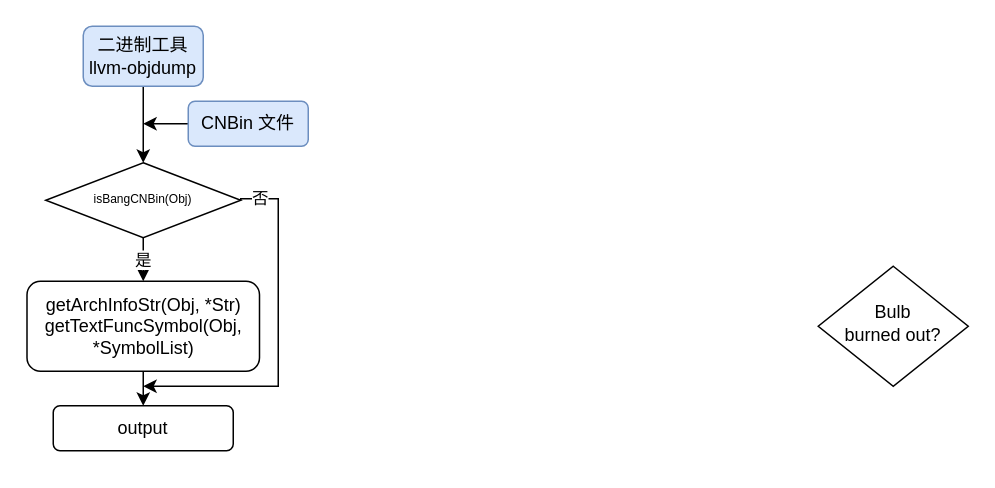
Above: list-elf.drawio in liyp1120/draw.io (draw.io), before the change. Source tidied: cells renumbered, new cells numbered last; positions are measured from the earlier drawing's top-left corner, leaving out a move shared by most shapes. Both pictures are drawn from the tidied source at 150%, with x=0, y=0 at pixel (26, 26).
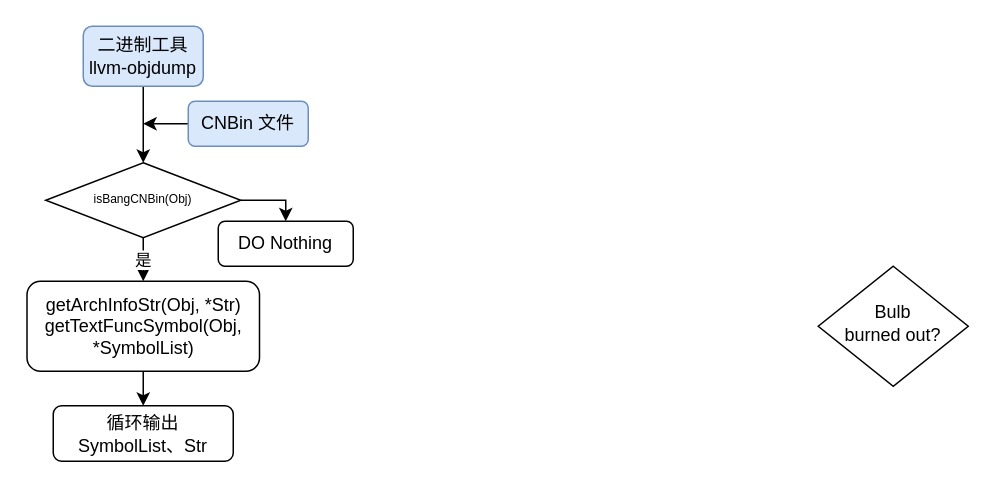
The same diagram, later.

Change to the diagram source:
```diff
@@
 <mxGraphModel>
   <root>
     <mxCell id="0" />
     <mxCell id="1" parent="0" />
     <mxCell id="2" style="edgeStyle=orthogonalEdgeStyle;rounded=0;jettySize=auto;html=1;exitX=0.5;exitY=1;exitDx=0;exitDy=0;entryX=0.5;entryY=0;entryDx=0;entryDy=0;" parent="1" edge="1" source="3" target="6">
       <mxGeometry relative="1" as="geometry" />
     </mxCell>
     <mxCell id="3" value="二进制工具&lt;br&gt;llvm-objdump" style="rounded=1;whiteSpace=wrap;html=1;fontSize=12;glass=0;strokeWidth=1;shadow=0;fillColor=#dae8fc;strokeColor=#6c8ebf;" parent="1" vertex="1">
       <mxGeometry x="38" width="80" height="40" as="geometry" />
     </mxCell>
     <mxCell id="4" value="是" style="edgeStyle=orthogonalEdgeStyle;rounded=0;jettySize=auto;html=1;exitX=0.5;exitY=1;exitDx=0;exitDy=0;entryX=0.5;entryY=0;entryDx=0;entryDy=0;" parent="1" edge="1" source="6" target="10">
       <mxGeometry relative="1" as="geometry" />
     </mxCell>
-    <mxCell id="5" value="否" style="edgeStyle=orthogonalEdgeStyle;rounded=0;jettySize=auto;html=1;exitX=1;exitY=0.5;exitDx=0;exitDy=0;" parent="1" edge="1" source="6">
-      <mxGeometry x="-0.88" relative="1" as="geometry">
-        <mxPoint x="78" y="240" as="targetPoint" />
-        <Array as="points">
-          <mxPoint x="168" y="115" />
-          <mxPoint x="168" y="240" />
-        </Array>
-      </mxGeometry>
-    </mxCell>
+    <mxCell id="13" style="edgeStyle=orthogonalEdgeStyle;rounded=0;jettySize=auto;html=1;exitX=1;exitY=0.5;exitDx=0;exitDy=0;entryX=0.5;entryY=0;entryDx=0;entryDy=0;" parent="1" edge="1" source="6" target="14">
+      <mxGeometry relative="1" as="geometry" />
+    </mxCell>
     <mxCell id="6" value="&lt;font style=&quot;font-size: 8px;&quot;&gt;isBangCNBin(Obj)&lt;/font&gt;" style="rhombus;whiteSpace=wrap;html=1;shadow=0;fontFamily=Helvetica;fontSize=12;align=center;strokeWidth=1;spacing=6;spacingTop=-4;" parent="1" vertex="1">
       <mxGeometry x="13" y="91" width="130" height="50" as="geometry" />
     </mxCell>
     <mxCell id="7" value="Bulb&lt;br&gt;burned out?" style="rhombus;whiteSpace=wrap;html=1;shadow=0;fontFamily=Helvetica;fontSize=12;align=center;strokeWidth=1;spacing=6;spacingTop=-4;" parent="1" vertex="1">
       <mxGeometry x="528" y="160" width="100" height="80" as="geometry" />
     </mxCell>
-    <mxCell id="8" value="output" style="rounded=1;whiteSpace=wrap;html=1;fontSize=12;glass=0;strokeWidth=1;shadow=0;" parent="1" vertex="1">
-      <mxGeometry x="18" y="253" width="120" height="30" as="geometry" />
+    <mxCell id="8" value="循环输出 SymbolList、Str" style="rounded=1;whiteSpace=wrap;html=1;fontSize=12;glass=0;strokeWidth=1;shadow=0;" parent="1" vertex="1">
+      <mxGeometry x="18" y="253" width="120" height="37" as="geometry" />
     </mxCell>
     <mxCell id="9" style="edgeStyle=orthogonalEdgeStyle;rounded=0;jettySize=auto;html=1;exitX=0.5;exitY=1;exitDx=0;exitDy=0;entryX=0.5;entryY=0;entryDx=0;entryDy=0;" parent="1" edge="1" source="10" target="8">
       <mxGeometry relative="1" as="geometry" />
     </mxCell>
     <mxCell id="10" value="getArchInfoStr(Obj, *Str)&lt;br&gt;getTextFuncSymbol(Obj, *SymbolList)" style="rounded=1;whiteSpace=wrap;html=1;fontSize=12;glass=0;strokeWidth=1;shadow=0;" parent="1" vertex="1">
       <mxGeometry x="0.5" y="170" width="155" height="60" as="geometry" />
     </mxCell>
     <mxCell id="11" style="edgeStyle=orthogonalEdgeStyle;rounded=0;jettySize=auto;html=1;exitX=0;exitY=0.5;exitDx=0;exitDy=0;" parent="1" edge="1" source="12">
       <mxGeometry relative="1" as="geometry">
         <mxPoint x="78" y="65" as="targetPoint" />
       </mxGeometry>
     </mxCell>
     <mxCell id="12" value="CNBin 文件" style="rounded=1;whiteSpace=wrap;html=1;fontSize=12;glass=0;strokeWidth=1;shadow=0;fillColor=#dae8fc;strokeColor=#6c8ebf;" parent="1" vertex="1">
       <mxGeometry x="108" y="50" width="80" height="30" as="geometry" />
     </mxCell>
+    <mxCell id="14" value="DO Nothing" style="rounded=1;whiteSpace=wrap;html=1;fontSize=12;glass=0;strokeWidth=1;shadow=0;" parent="1" vertex="1">
+      <mxGeometry x="128" y="130" width="90" height="30" as="geometry" />
+    </mxCell>
   </root>
 </mxGraphModel>
```
